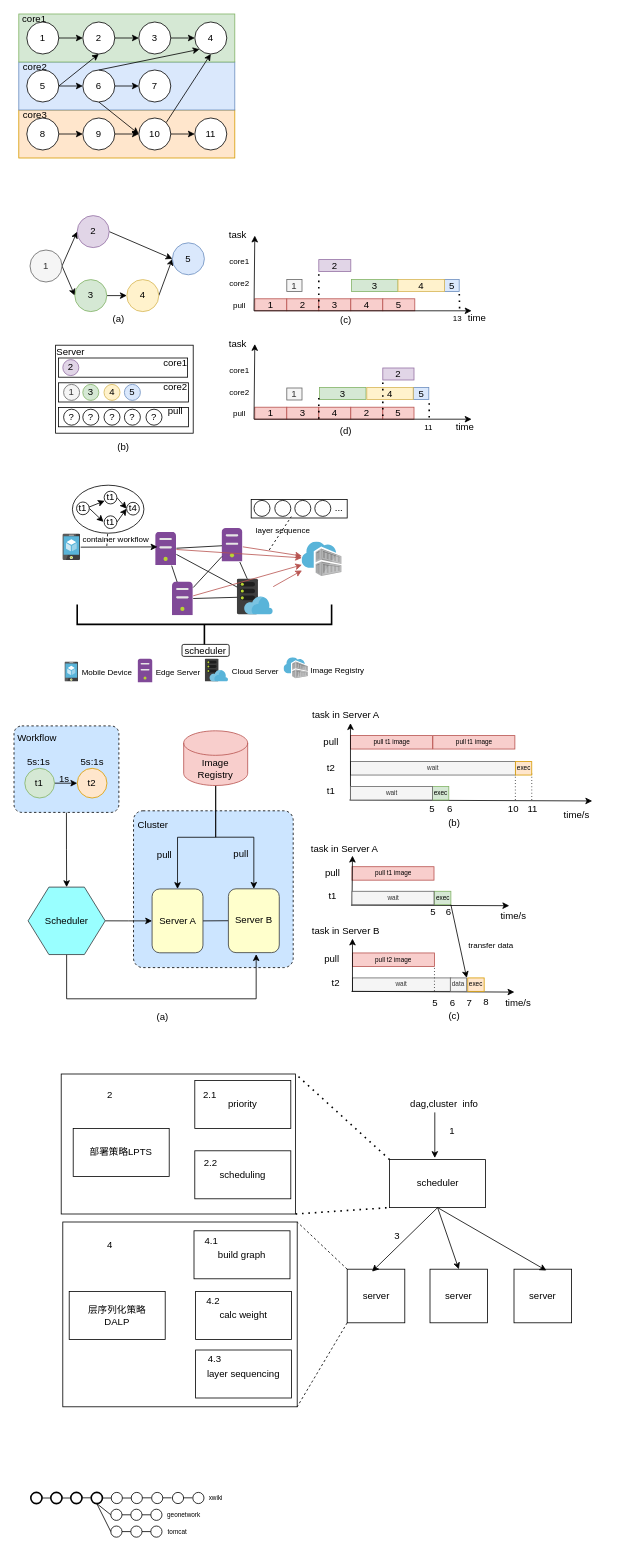
Before: research/小论文.drawio in ksd11/charts, a draw.io diagram. Source tidied: cells renumbered, new cells numbered last; positions are measured from the earlier drawing's top-left corner, leaving out a move shared by most shapes. Both pictures are drawn from the tidied source at 80%, with x=0, y=0 at pixel (14, 14).
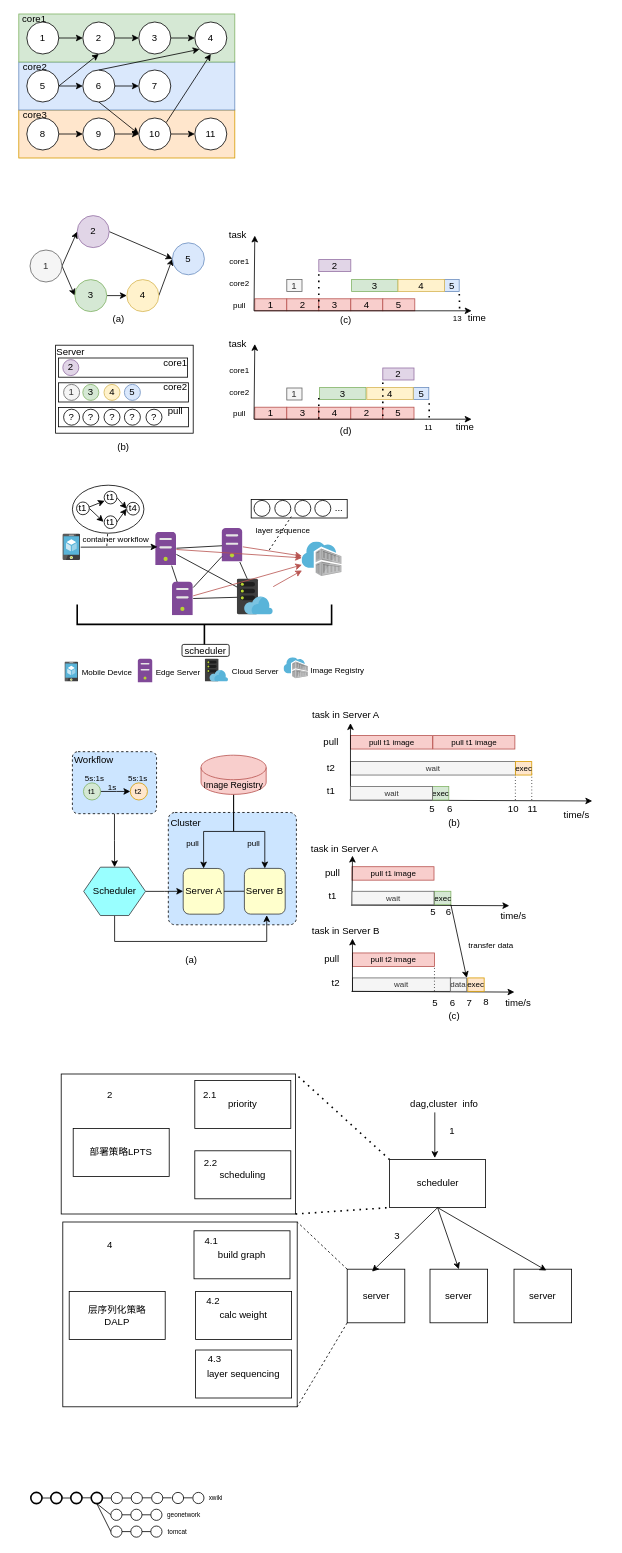
Above is the later version.

Commit message (it also covers changes not shown here):
更新小论文.drawio

The change refers to these unchanged cells:
```xml
<mxCell id="215" style="group;" parent="214" vertex="1">
  <mxGeometry x="12.8" width="384.2" height="164.2" as="geometry" />
</mxCell>
<mxCell id="236" style="group;" parent="214" vertex="1">
  <mxGeometry y="159.7" width="324" height="245.3" as="geometry" />
</mxCell>
```

Change to the diagram source:
```diff
@@
-    <mxCell id="216" value="&lt;font&gt;wait&lt;/font&gt;" style="rounded=0;whiteSpace=wrap;html=1;fontSize=8;fillColor=#f5f5f5;fontColor=#333333;strokeColor=#666666;" parent="215" vertex="1">
+    <mxCell id="216" value="&lt;font&gt;wait&lt;/font&gt;" style="rounded=0;whiteSpace=wrap;html=1;fontSize=10;fillColor=#f5f5f5;fontColor=#333333;strokeColor=#666666;" parent="215" vertex="1">
       <mxGeometry x="62.8" y="68.5" width="206.2" height="16.8" as="geometry" />
     </mxCell>
@@
-    <mxCell id="218" value="&lt;font&gt;pull t1 image&lt;/font&gt;" style="rounded=0;whiteSpace=wrap;html=1;fontSize=8;fillColor=#f8cecc;strokeColor=#b85450;" parent="215" vertex="1">
+    <mxCell id="218" value="&lt;font&gt;pull t1 image&lt;/font&gt;" style="rounded=0;whiteSpace=wrap;html=1;fontSize=10;fillColor=#f8cecc;strokeColor=#b85450;" parent="215" vertex="1">
       <mxGeometry x="62.8" y="36" width="102.5" height="16.8" as="geometry" />
     </mxCell>
@@
-    <mxCell id="228" value="exec" style="rounded=0;whiteSpace=wrap;html=1;fontSize=8;fillColor=#ffe6cc;strokeColor=#d79b00;" parent="215" vertex="1">
+    <mxCell id="228" value="exec" style="rounded=0;whiteSpace=wrap;html=1;fontSize=10;fillColor=#ffe6cc;strokeColor=#d79b00;" parent="215" vertex="1">
       <mxGeometry x="268.9" y="68.5" width="20.5" height="16.8" as="geometry" />
     </mxCell>
-    <mxCell id="229" value="exec" style="rounded=0;whiteSpace=wrap;html=1;fontSize=8;fillColor=#d5e8d4;strokeColor=#82b366;" parent="215" vertex="1">
+    <mxCell id="229" value="exec" style="rounded=0;whiteSpace=wrap;html=1;fontSize=10;fillColor=#d5e8d4;strokeColor=#82b366;" parent="215" vertex="1">
       <mxGeometry x="165.2" y="99.7" width="20.5" height="16.8" as="geometry" />
     </mxCell>
-    <mxCell id="230" value="&lt;font&gt;wait&lt;/font&gt;" style="rounded=0;whiteSpace=wrap;html=1;fontSize=8;fillColor=#f5f5f5;fontColor=#333333;strokeColor=#666666;" parent="215" vertex="1">
+    <mxCell id="230" value="&lt;font&gt;wait&lt;/font&gt;" style="rounded=0;whiteSpace=wrap;html=1;fontSize=10;fillColor=#f5f5f5;fontColor=#333333;strokeColor=#666666;" parent="215" vertex="1">
       <mxGeometry x="62.8" y="99.7" width="102.5" height="16.8" as="geometry" />
     </mxCell>
@@
-    <mxCell id="233" value="&lt;font&gt;pull t1 image&lt;/font&gt;" style="rounded=0;whiteSpace=wrap;html=1;fontSize=8;fillColor=#f8cecc;strokeColor=#b85450;" parent="215" vertex="1">
+    <mxCell id="233" value="&lt;font&gt;pull t1 image&lt;/font&gt;" style="rounded=0;whiteSpace=wrap;html=1;fontSize=10;fillColor=#f8cecc;strokeColor=#b85450;" parent="215" vertex="1">
       <mxGeometry x="165.8" y="36" width="102.5" height="16.8" as="geometry" />
     </mxCell>
@@
-    <mxCell id="237" value="wait" style="rounded=0;whiteSpace=wrap;html=1;fillColor=#f5f5f5;fontColor=#333333;strokeColor=#666666;fontSize=8;" parent="236" vertex="1">
+    <mxCell id="237" value="wait" style="rounded=0;whiteSpace=wrap;html=1;fillColor=#f5f5f5;fontColor=#333333;strokeColor=#666666;fontSize=10;" parent="236" vertex="1">
       <mxGeometry x="78.1" y="179.2" width="122.9" height="16.8" as="geometry" />
     </mxCell>
@@
-    <mxCell id="239" value="pull t1 image" style="rounded=0;whiteSpace=wrap;html=1;fontSize=8;fillColor=#f8cecc;strokeColor=#b85450;" parent="236" vertex="1">
+    <mxCell id="239" value="pull t1 image" style="rounded=0;whiteSpace=wrap;html=1;fontSize=10;fillColor=#f8cecc;strokeColor=#b85450;" parent="236" vertex="1">
       <mxGeometry x="77.5" y="40.2" width="102.5" height="16.8" as="geometry" />
     </mxCell>
@@
-    <mxCell id="245" value="&lt;font&gt;exec&lt;/font&gt;" style="rounded=0;whiteSpace=wrap;html=1;fillColor=#d5e8d4;strokeColor=#82b366;fontSize=8;" parent="236" vertex="1">
+    <mxCell id="245" value="&lt;font&gt;exec&lt;/font&gt;" style="rounded=0;whiteSpace=wrap;html=1;fillColor=#d5e8d4;strokeColor=#82b366;fontSize=10;" parent="236" vertex="1">
       <mxGeometry x="180.6" y="70.9" width="20.5" height="16.8" as="geometry" />
     </mxCell>
@@
-    <mxCell id="249" value="pull t2 &lt;font&gt;image&lt;/font&gt;" style="rounded=0;whiteSpace=wrap;html=1;fillColor=#f8cecc;strokeColor=#b85450;fontSize=8;" parent="236" vertex="1">
+    <mxCell id="249" value="pull t2 &lt;font&gt;image&lt;/font&gt;" style="rounded=0;whiteSpace=wrap;html=1;fillColor=#f8cecc;strokeColor=#b85450;fontSize=10;" parent="236" vertex="1">
       <mxGeometry x="78.1" y="148" width="102.5" height="16.8" as="geometry" />
     </mxCell>
@@
-    <mxCell id="257" value="&lt;span&gt;exec&lt;/span&gt;" style="rounded=0;whiteSpace=wrap;html=1;fillColor=#ffe6cc;strokeColor=#d79b00;fontSize=8;" parent="236" vertex="1">
+    <mxCell id="257" value="&lt;span&gt;exec&lt;/span&gt;" style="rounded=0;whiteSpace=wrap;html=1;fillColor=#ffe6cc;strokeColor=#d79b00;fontSize=10;" parent="236" vertex="1">
       <mxGeometry x="222.2" y="179.2" width="20.5" height="16.8" as="geometry" />
     </mxCell>
@@
-    <mxCell id="260" value="wait" style="rounded=0;whiteSpace=wrap;html=1;fillColor=#f5f5f5;fontColor=#333333;strokeColor=#666666;fontSize=8;" parent="236" vertex="1">
+    <mxCell id="260" value="wait" style="rounded=0;whiteSpace=wrap;html=1;fillColor=#f5f5f5;fontColor=#333333;strokeColor=#666666;fontSize=10;" parent="236" vertex="1">
       <mxGeometry x="77.5" y="70.9" width="102.5" height="16.8" as="geometry" />
     </mxCell>
@@
-    <mxCell id="264" value="&lt;span&gt;data&lt;/span&gt;" style="rounded=0;whiteSpace=wrap;html=1;fillColor=#f5f5f5;strokeColor=#666666;fontSize=8;fontColor=#333333;" parent="236" vertex="1">
+    <mxCell id="264" value="&lt;span&gt;data&lt;/span&gt;" style="rounded=0;whiteSpace=wrap;html=1;fillColor=#f5f5f5;strokeColor=#666666;fontSize=10;fontColor=#333333;" parent="236" vertex="1">
       <mxGeometry x="200.4" y="179.2" width="20.5" height="16.8" as="geometry" />
     </mxCell>
@@
-    <mxCell id="266" style="group;" parent="1" vertex="1">
-      <mxGeometry y="873" width="349" height="402" as="geometry" />
+    <mxCell id="266" style="group;fontSize=10;" parent="1" vertex="1">
+      <mxGeometry x="73" y="910" width="280" height="288" as="geometry" />
     </mxCell>
-    <mxCell id="267" style="edgeStyle=orthogonalEdgeStyle;rounded=0;jettySize=auto;html=1;exitX=0.5;exitY=1;exitDx=0;exitDy=0;entryX=0.5;entryY=0;entryDx=0;entryDy=0;" parent="266" edge="1" source="268" target="289">
+    <mxCell id="267" style="edgeStyle=orthogonalEdgeStyle;rounded=0;jettySize=auto;html=1;exitX=0.5;exitY=1;exitDx=0;exitDy=0;entryX=0.5;entryY=0;entryDx=0;entryDy=0;fontSize=10;" parent="266" edge="1" source="268" target="289">
       <mxGeometry relative="1" as="geometry" />
     </mxCell>
-    <mxCell id="268" style="rounded=1;whiteSpace=wrap;html=1;arcSize=9;dashed=1;fillColor=#CCE5FF;" parent="266" vertex="1">
-      <mxGeometry y="16.9" width="131.1" height="108.1" as="geometry" />
+    <mxCell id="268" style="rounded=1;whiteSpace=wrap;html=1;arcSize=9;dashed=1;fillColor=#CCE5FF;fontSize=10;" parent="266" vertex="1">
+      <mxGeometry y="12.1" width="105.2" height="77.5" as="geometry" />
     </mxCell>
-    <mxCell id="269" style="rounded=1;whiteSpace=wrap;html=1;fillColor=#CCE5FF;strokeColor=#000000;fontColor=#333333;dashed=1;arcSize=6;" parent="266" vertex="1">
-      <mxGeometry x="149.4" y="123" width="199.6" height="196" as="geometry" />
+    <mxCell id="269" style="rounded=1;whiteSpace=wrap;html=1;fillColor=#CCE5FF;strokeColor=#000000;fontColor=#333333;dashed=1;arcSize=6;fontSize=10;" parent="266" vertex="1">
+      <mxGeometry x="119.9" y="88.1" width="160.1" height="140.4" as="geometry" />
     </mxCell>
-    <mxCell id="270" style="rounded=0;jettySize=auto;html=1;exitX=1;exitY=0.5;exitDx=0;exitDy=0;entryX=0;entryY=0.5;entryDx=0;entryDy=0;endArrow=none;endFill=0;" parent="266" edge="1" source="271" target="272">
+    <mxCell id="270" style="rounded=0;jettySize=auto;html=1;exitX=1;exitY=0.5;exitDx=0;exitDy=0;entryX=0;entryY=0.5;entryDx=0;entryDy=0;endArrow=none;endFill=0;fontSize=10;" parent="266" edge="1" source="271" target="272">
       <mxGeometry relative="1" as="geometry" />
     </mxCell>
-    <mxCell id="271" value="Server A" style="rounded=1;whiteSpace=wrap;html=1;fillColor=#FFFFCC;strokeColor=#36393d;" parent="266" vertex="1">
-      <mxGeometry x="172.6" y="220.7" width="63.6" height="79.8" as="geometry" />
+    <mxCell id="271" value="Server A" style="rounded=1;whiteSpace=wrap;html=1;fillColor=#FFFFCC;strokeColor=#36393d;fontSize=12;" parent="266" vertex="1">
+      <mxGeometry x="138.5" y="158.1" width="51" height="57.1" as="geometry" />
     </mxCell>
-    <mxCell id="272" value="Server B" style="rounded=1;whiteSpace=wrap;html=1;fillColor=#FFFFCC;strokeColor=#36393d;" parent="266" vertex="1">
-      <mxGeometry x="268" y="220.5" width="63.6" height="79.8" as="geometry" />
+    <mxCell id="272" value="&lt;font style=&quot;font-size: 12px;&quot;&gt;Server B&lt;/font&gt;" style="rounded=1;whiteSpace=wrap;html=1;fillColor=#FFFFCC;strokeColor=#36393d;fontSize=10;" parent="266" vertex="1">
+      <mxGeometry x="215" y="158" width="51" height="57.1" as="geometry" />
     </mxCell>
-    <mxCell id="273" style="edgeStyle=orthogonalEdgeStyle;rounded=0;jettySize=auto;html=1;exitX=1;exitY=0.5;exitDx=0;exitDy=0;" parent="266" edge="1" source="274" target="275">
+    <mxCell id="273" style="edgeStyle=orthogonalEdgeStyle;rounded=0;jettySize=auto;html=1;exitX=1;exitY=0.5;exitDx=0;exitDy=0;fontSize=10;" parent="266" edge="1" source="274" target="275">
       <mxGeometry relative="1" as="geometry" />
     </mxCell>
-    <mxCell id="274" value="t1" style="ellipse;whiteSpace=wrap;html=1;fillColor=#d5e8d4;strokeColor=#82b366;" parent="266" vertex="1">
-      <mxGeometry x="13.5" y="69.9" width="37.1" height="37.1" as="geometry" />
+    <mxCell id="274" value="t1" style="ellipse;whiteSpace=wrap;html=1;fillColor=#d5e8d4;strokeColor=#82b366;fontSize=10;" parent="266" vertex="1">
+      <mxGeometry x="13.8" y="51.1" width="21.4" height="21.4" as="geometry" />
     </mxCell>
-    <mxCell id="275" value="t2" style="ellipse;whiteSpace=wrap;html=1;fillColor=#ffe6cc;strokeColor=#d79b00;" parent="266" vertex="1">
-      <mxGeometry x="79.1" y="69.9" width="37.1" height="37.1" as="geometry" />
+    <mxCell id="275" value="t2" style="ellipse;whiteSpace=wrap;html=1;fillColor=#ffe6cc;strokeColor=#d79b00;fontSize=10;" parent="266" vertex="1">
+      <mxGeometry x="72.4" y="51.1" width="21.4" height="21.4" as="geometry" />
     </mxCell>
-    <mxCell id="276" value="pull&amp;nbsp;" style="text;html=1;strokeColor=none;fillColor=none;align=center;verticalAlign=middle;whiteSpace=wrap;rounded=0;" parent="266" vertex="1">
-      <mxGeometry x="161" y="157.1" width="57.8" height="42.2" as="geometry" />
+    <mxCell id="276" value="pull&amp;nbsp;" style="text;html=1;strokeColor=none;fillColor=none;align=center;verticalAlign=middle;whiteSpace=wrap;rounded=0;fontSize=10;" parent="266" vertex="1">
+      <mxGeometry x="129.2" y="111.6" width="46.4" height="30.2" as="geometry" />
     </mxCell>
-    <mxCell id="277" value="pull" style="text;html=1;strokeColor=none;fillColor=none;align=center;verticalAlign=middle;whiteSpace=wrap;rounded=0;" parent="266" vertex="1">
-      <mxGeometry x="254.5" y="155.7" width="57.8" height="42.2" as="geometry" />
+    <mxCell id="277" value="pull" style="text;html=1;strokeColor=none;fillColor=none;align=center;verticalAlign=middle;whiteSpace=wrap;rounded=0;fontSize=10;" parent="266" vertex="1">
+      <mxGeometry x="204.2" y="111.5" width="46.4" height="30.2" as="geometry" />
     </mxCell>
-    <mxCell id="278" value="1s" style="text;html=1;strokeColor=none;fillColor=none;align=center;verticalAlign=middle;whiteSpace=wrap;rounded=0;" parent="266" vertex="1">
-      <mxGeometry x="33.7" y="62.9" width="57.8" height="42.2" as="geometry" />
+    <mxCell id="278" value="1s" style="text;html=1;strokeColor=none;fillColor=none;align=center;verticalAlign=middle;whiteSpace=wrap;rounded=0;fontSize=10;" parent="266" vertex="1">
+      <mxGeometry x="27.3" y="42.3" width="46.4" height="30.2" as="geometry" />
     </mxCell>
-    <mxCell id="279" style="edgeStyle=orthogonalEdgeStyle;rounded=0;jettySize=auto;html=1;exitX=0.5;exitY=1;exitDx=0;exitDy=0;" parent="266" edge="1" source="289">
+    <mxCell id="279" style="edgeStyle=orthogonalEdgeStyle;rounded=0;jettySize=auto;html=1;exitX=0.5;exitY=1;exitDx=0;exitDy=0;fontSize=10;" parent="266" edge="1" source="289">
       <mxGeometry relative="1" as="geometry">
-        <mxPoint x="302.7" y="302.2" as="targetPoint" />
+        <mxPoint x="242.9" y="216.5" as="targetPoint" />
         <Array as="points">
-          <mxPoint x="66" y="358" />
-          <mxPoint x="303" y="358" />
+          <mxPoint x="53" y="249.3" />
+          <mxPoint x="243.1" y="249.3" />
         </Array>
       </mxGeometry>
     </mxCell>
-    <mxCell id="280" value="Workflow" style="text;html=1;strokeColor=none;fillColor=none;align=center;verticalAlign=middle;whiteSpace=wrap;rounded=0;" parent="266" vertex="1">
-      <mxGeometry y="10.9" width="57.8" height="42.2" as="geometry" />
+    <mxCell id="280" value="Workflow" style="text;html=1;strokeColor=none;fillColor=none;align=center;verticalAlign=middle;whiteSpace=wrap;rounded=0;fontSize=12;" parent="266" vertex="1">
+      <mxGeometry x="3.8" y="7.8" width="46.4" height="30.2" as="geometry" />
     </mxCell>
-    <mxCell id="281" value="5s:1s" style="text;html=1;strokeColor=none;fillColor=none;align=center;verticalAlign=middle;whiteSpace=wrap;rounded=0;" parent="266" vertex="1">
-      <mxGeometry x="1.9" y="40.4" width="57.8" height="42.2" as="geometry" />
+    <mxCell id="281" value="5s:1s" style="text;html=1;strokeColor=none;fillColor=none;align=center;verticalAlign=middle;whiteSpace=wrap;rounded=0;fontSize=10;" parent="266" vertex="1">
+      <mxGeometry x="4.5" y="30" width="46.4" height="30.2" as="geometry" />
     </mxCell>
-    <mxCell id="282" value="5s:1s" style="text;html=1;strokeColor=none;fillColor=none;align=center;verticalAlign=middle;whiteSpace=wrap;rounded=0;" parent="266" vertex="1">
-      <mxGeometry x="69.4" y="40.4" width="57.8" height="42.2" as="geometry" />
+    <mxCell id="282" value="5s:1s" style="text;html=1;strokeColor=none;fillColor=none;align=center;verticalAlign=middle;whiteSpace=wrap;rounded=0;fontSize=10;" parent="266" vertex="1">
+      <mxGeometry x="58.7" y="30" width="46.4" height="30.2" as="geometry" />
     </mxCell>
-    <mxCell id="283" value="Cluster" style="text;html=1;align=center;verticalAlign=middle;whiteSpace=wrap;rounded=0;" parent="266" vertex="1">
-      <mxGeometry x="144.6" y="120.3" width="57.8" height="42.2" as="geometry" />
+    <mxCell id="283" value="&lt;font style=&quot;font-size: 12px;&quot;&gt;Cluster&lt;/font&gt;" style="text;html=1;align=center;verticalAlign=middle;whiteSpace=wrap;rounded=0;fontSize=10;" parent="266" vertex="1">
+      <mxGeometry x="119" y="86.2" width="46.4" height="30.2" as="geometry" />
     </mxCell>
-    <mxCell id="284" value="(a)" style="text;html=1;align=center;verticalAlign=middle;whiteSpace=wrap;rounded=0;" parent="266" vertex="1">
-      <mxGeometry x="157.1" y="359.8" width="57.8" height="42.2" as="geometry" />
+    <mxCell id="284" value="&lt;font style=&quot;font-size: 12px;&quot;&gt;(a)&lt;/font&gt;" style="text;html=1;align=center;verticalAlign=middle;whiteSpace=wrap;rounded=0;fontSize=10;" parent="266" vertex="1">
+      <mxGeometry x="126.1" y="257.8" width="46.4" height="30.2" as="geometry" />
     </mxCell>
-    <mxCell id="285" style="edgeStyle=orthogonalEdgeStyle;rounded=0;jettySize=auto;html=1;exitX=0.5;exitY=1;exitDx=0;exitDy=0;exitPerimeter=0;entryX=0.5;entryY=0;entryDx=0;entryDy=0;" parent="266" edge="1" source="287" target="271">
+    <mxCell id="285" style="edgeStyle=orthogonalEdgeStyle;rounded=0;jettySize=auto;html=1;exitX=0.5;exitY=1;exitDx=0;exitDy=0;exitPerimeter=0;entryX=0.5;entryY=0;entryDx=0;entryDy=0;fontSize=10;" parent="266" edge="1" source="287" target="271">
       <mxGeometry relative="1" as="geometry" />
     </mxCell>
-    <mxCell id="286" style="edgeStyle=orthogonalEdgeStyle;rounded=0;jettySize=auto;html=1;exitX=0.5;exitY=1;exitDx=0;exitDy=0;exitPerimeter=0;entryX=0.5;entryY=0;entryDx=0;entryDy=0;" parent="266" edge="1" source="287" target="272">
+    <mxCell id="286" style="edgeStyle=orthogonalEdgeStyle;rounded=0;jettySize=auto;html=1;exitX=0.5;exitY=1;exitDx=0;exitDy=0;exitPerimeter=0;entryX=0.5;entryY=0;entryDx=0;entryDy=0;fontSize=10;" parent="266" edge="1" source="287" target="272">
       <mxGeometry relative="1" as="geometry" />
     </mxCell>
-    <mxCell id="287" value="Image Registry" style="shape=cylinder3;whiteSpace=wrap;html=1;boundedLbl=1;backgroundOutline=1;size=15.326603480747735;fillColor=#f8cecc;strokeColor=#b85450;" parent="266" vertex="1">
-      <mxGeometry x="212.1" y="23" width="80" height="68.4" as="geometry" />
+    <mxCell id="287" value="&lt;font&gt;Image Registry&lt;/font&gt;" style="shape=cylinder3;whiteSpace=wrap;html=1;boundedLbl=1;backgroundOutline=1;size=15.326603480747735;fillColor=#f8cecc;strokeColor=#b85450;fontSize=11;" parent="266" vertex="1">
+      <mxGeometry x="160.8" y="16.5" width="81.4" height="49" as="geometry" />
     </mxCell>
-    <mxCell id="288" style="edgeStyle=orthogonalEdgeStyle;rounded=0;jettySize=auto;html=1;exitX=1;exitY=0.5;exitDx=0;exitDy=0;" parent="266" edge="1" source="289" target="271">
+    <mxCell id="288" style="edgeStyle=orthogonalEdgeStyle;rounded=0;jettySize=auto;html=1;exitX=1;exitY=0.5;exitDx=0;exitDy=0;fontSize=10;" parent="266" edge="1" source="289" target="271">
       <mxGeometry relative="1" as="geometry" />
     </mxCell>
-    <mxCell id="289" style="verticalLabelPosition=bottom;verticalAlign=top;html=1;shape=hexagon;perimeter=hexagonPerimeter2;arcSize=6;size=0.27;fillColor=#99FFFF;strokeColor=#36393d;" parent="266" vertex="1">
-      <mxGeometry x="17.6" y="218.4" width="96.4" height="84.3" as="geometry" />
+    <mxCell id="289" style="verticalLabelPosition=bottom;verticalAlign=top;html=1;shape=hexagon;perimeter=hexagonPerimeter2;arcSize=6;size=0.27;fillColor=#99FFFF;strokeColor=#36393d;fontSize=10;" parent="266" vertex="1">
+      <mxGeometry x="14.1" y="156.5" width="77.3" height="60.4" as="geometry" />
     </mxCell>
-    <mxCell id="290" value="Scheduler" style="text;html=1;align=center;verticalAlign=middle;whiteSpace=wrap;rounded=0;" parent="266" vertex="1">
-      <mxGeometry x="36.8" y="239.5" width="57.8" height="42.2" as="geometry" />
+    <mxCell id="290" value="Scheduler" style="text;html=1;align=center;verticalAlign=middle;whiteSpace=wrap;rounded=0;fontSize=12;" parent="266" vertex="1">
+      <mxGeometry x="29.6" y="171.6" width="46.4" height="30.2" as="geometry" />
     </mxCell>
```
